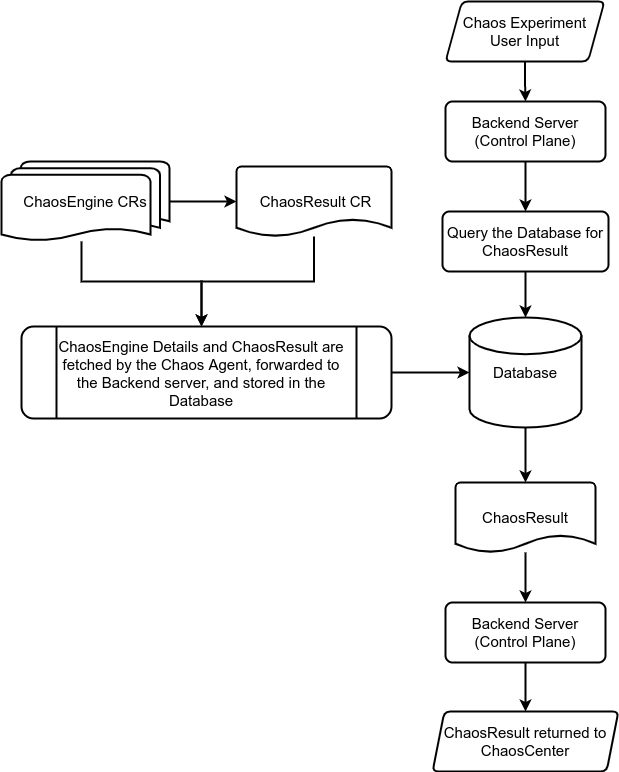
Earlier version of the draw.io export website/docs/assets/chaos-observability-flow-summarisation.png (litmuschaos/litmus-docs). Source tidied: cells renumbered, new cells last; positions are measured from the earlier drawing's top-left corner, leaving out a move shared by most shapes.
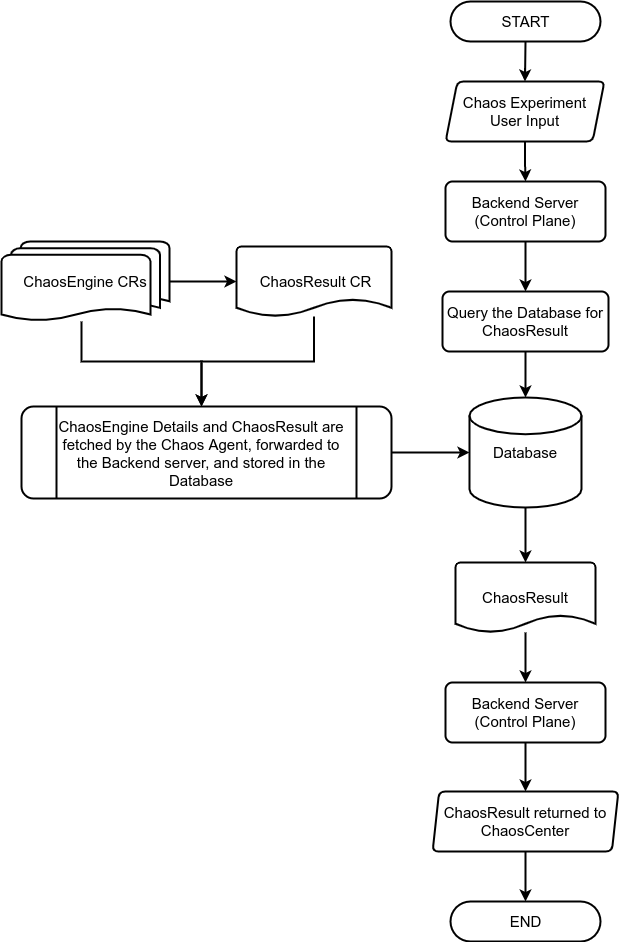
The same diagram one commit later.

Commit message:
updated flow charts by adding START and END steps

Change to the diagram source:
```diff
@@ -5,7 +5,7 @@
     <mxCell id="2" style="edgeStyle=orthogonalEdgeStyle;rounded=0;jettySize=auto;html=1;exitX=0.5;exitY=1;exitDx=0;exitDy=0;entryX=0.5;entryY=0;entryDx=0;entryDy=0;fontSize=15;strokeWidth=2;" parent="1" edge="1" source="3" target="5">
       <mxGeometry relative="1" as="geometry" />
     </mxCell>
-    <mxCell id="3" value="Chaos Experiment User Input" style="shape=parallelogram;html=1;strokeWidth=2;perimeter=parallelogramPerimeter;whiteSpace=wrap;rounded=1;arcSize=12;size=0.10344827586206896;fontSize=15;" parent="1" vertex="1">
+    <mxCell id="3" value="Chaos Experiment User Input" style="shape=parallelogram;html=1;strokeWidth=2;perimeter=parallelogramPerimeter;whiteSpace=wrap;rounded=1;arcSize=12;size=0.07547169811320756;fontSize=15;" parent="1" vertex="1">
       <mxGeometry x="444" width="159" height="60" as="geometry" />
     </mxCell>
     <mxCell id="4" style="edgeStyle=orthogonalEdgeStyle;rounded=0;jettySize=auto;html=1;exitX=0.5;exitY=1;exitDx=0;exitDy=0;entryX=0.5;entryY=0;entryDx=0;entryDy=0;fontSize=15;strokeWidth=2;" parent="1" edge="1" source="5" target="17">
@@ -32,7 +32,10 @@
     <mxCell id="11" value="Backend Server (Control Plane)" style="rounded=1;whiteSpace=wrap;html=1;absoluteArcSize=1;arcSize=14;strokeWidth=2;fontSize=15;" parent="1" vertex="1">
       <mxGeometry x="444" y="601" width="160" height="60" as="geometry" />
     </mxCell>
+    <mxCell id="23" style="edgeStyle=none;curved=1;rounded=0;jettySize=auto;html=1;exitX=0.5;exitY=1;exitDx=0;exitDy=0;entryX=0.5;entryY=0.5;entryDx=0;entryDy=-20;entryPerimeter=0;endArrow=classic;endFill=1;sourcePerimeterSpacing=8;targetPerimeterSpacing=8;strokeWidth=2;" parent="1" edge="1" source="12" target="26">
+      <mxGeometry relative="1" as="geometry" />
+    </mxCell>
-    <mxCell id="12" value="ChaosResult returned to ChaosCenter" style="shape=parallelogram;html=1;strokeWidth=2;perimeter=parallelogramPerimeter;whiteSpace=wrap;rounded=1;arcSize=12;size=0.06451612903225806;fontSize=15;" parent="1" vertex="1">
+    <mxCell id="12" value="ChaosResult returned to ChaosCenter" style="shape=parallelogram;html=1;strokeWidth=2;perimeter=parallelogramPerimeter;whiteSpace=wrap;rounded=1;arcSize=12;size=0.03629032258064516;fontSize=15;" parent="1" vertex="1">
       <mxGeometry x="431" y="710" width="186" height="60" as="geometry" />
     </mxCell>
     <mxCell id="13" style="edgeStyle=orthogonalEdgeStyle;rounded=0;jettySize=auto;html=1;exitX=1;exitY=0.5;exitDx=0;exitDy=0;entryX=0;entryY=0.5;entryDx=0;entryDy=0;entryPerimeter=0;strokeWidth=2;" parent="1" edge="1" source="14" target="7">
@@ -75,5 +78,14 @@
     <mxCell id="22" value="&lt;span style=&quot;font-size: 15px&quot;&gt;ChaosEngine CRs&lt;/span&gt;" style="strokeWidth=2;html=1;shape=mxgraph.flowchart.multi-document;whiteSpace=wrap;" parent="1" vertex="1">
       <mxGeometry y="160" width="168" height="80" as="geometry" />
     </mxCell>
+    <mxCell id="24" style="edgeStyle=none;curved=1;rounded=0;jettySize=auto;html=1;exitX=0.5;exitY=0.5;exitDx=0;exitDy=20;exitPerimeter=0;entryX=0.5;entryY=0;entryDx=0;entryDy=0;endArrow=classic;sourcePerimeterSpacing=8;targetPerimeterSpacing=8;endFill=1;strokeWidth=2;" parent="1" edge="1" source="25" target="3">
+      <mxGeometry relative="1" as="geometry" />
+    </mxCell>
+    <mxCell id="25" value="&lt;font style=&quot;font-size: 15px&quot;&gt;START&lt;/font&gt;" style="html=1;dashed=0;whitespace=wrap;shape=mxgraph.dfd.start;hachureGap=4;strokeWidth=2;" parent="1" vertex="1">
+      <mxGeometry x="449" y="-80" width="150" height="40" as="geometry" />
+    </mxCell>
+    <mxCell id="26" value="&lt;font style=&quot;font-size: 15px&quot;&gt;END&lt;/font&gt;" style="html=1;dashed=0;whitespace=wrap;shape=mxgraph.dfd.start;hachureGap=4;strokeWidth=2;" parent="1" vertex="1">
+      <mxGeometry x="449" y="820" width="150" height="40" as="geometry" />
+    </mxCell>
   </root>
 </mxGraphModel>
```
